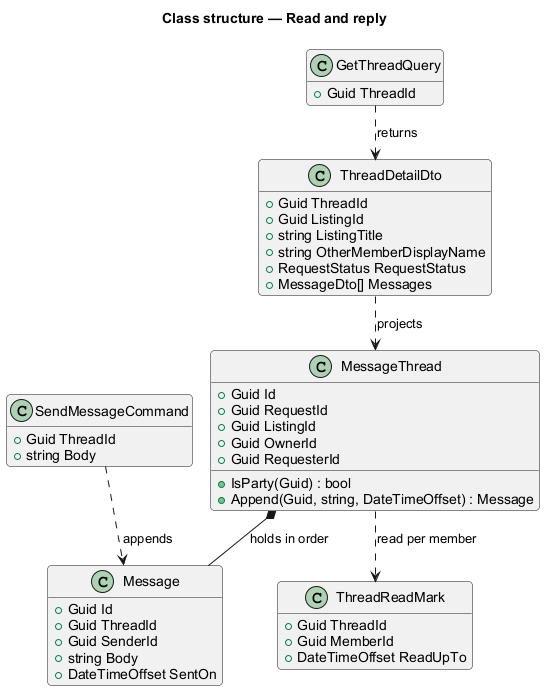
Above: docs/detailed-designs/messaging/read-and-reply/diagrams/class-structure.png in QuinntyneBrown/Barnabas (PlantUML), before the change.
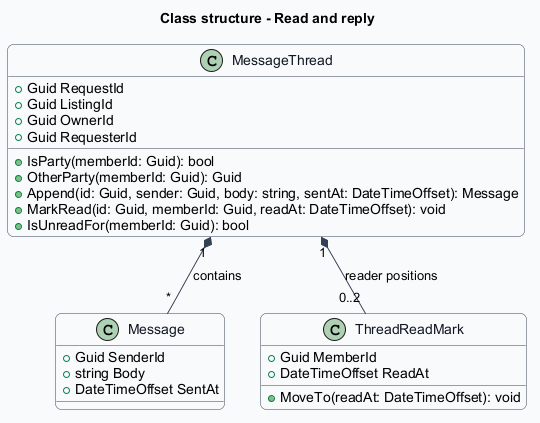
After the commit.

Change to the diagram source:
```diff
@@ -1,52 +1,45 @@
 @startuml
-!pragma layout smetana
-title Class structure — Read and reply
 skinparam backgroundColor #FFFFFF
 skinparam shadowing false
-skinparam roundcorner 8
+skinparam roundcorner 12
 skinparam defaultFontName Arial
-hide empty members
-
+skinparam ArrowColor #344054
+skinparam rectangle {
+  BorderColor #344054
+  FontColor #101828
+}
+skinparam package {
+  BorderColor #667085
+  FontColor #101828
+  BackgroundColor #F9FAFB
+}
+skinparam class {
+  BorderColor #344054
+  FontColor #101828
+  BackgroundColor #F9FAFB
+}
+title Class structure - Read and reply
 class MessageThread {
-  +Guid Id
   +Guid RequestId
   +Guid ListingId
   +Guid OwnerId
   +Guid RequesterId
-  +IsParty(Guid) : bool
-  +Append(Guid, string, DateTimeOffset) : Message
+  +IsParty(memberId: Guid): bool
+  +OtherParty(memberId: Guid): Guid
+  +Append(id: Guid, sender: Guid, body: string, sentAt: DateTimeOffset): Message
+  +MarkRead(id: Guid, memberId: Guid, readAt: DateTimeOffset): void
+  +IsUnreadFor(memberId: Guid): bool
 }
 class Message {
-  +Guid Id
-  +Guid ThreadId
   +Guid SenderId
   +string Body
-  +DateTimeOffset SentOn
+  +DateTimeOffset SentAt
 }
 class ThreadReadMark {
-  +Guid ThreadId
   +Guid MemberId
-  +DateTimeOffset ReadUpTo
+  +DateTimeOffset ReadAt
+  +MoveTo(readAt: DateTimeOffset): void
 }
-class GetThreadQuery {
-  +Guid ThreadId
-}
-class SendMessageCommand {
-  +Guid ThreadId
-  +string Body
-}
-class ThreadDetailDto {
-  +Guid ThreadId
-  +Guid ListingId
-  +string ListingTitle
-  +string OtherMemberDisplayName
-  +RequestStatus RequestStatus
-  +MessageDto[] Messages
-}
-
-MessageThread *-- Message : holds in order
-MessageThread ..> ThreadReadMark : read per member
-GetThreadQuery ..> ThreadDetailDto : returns
-SendMessageCommand ..> Message : appends
-ThreadDetailDto ..> MessageThread : projects
+MessageThread "1" *-- "*" Message : contains
+MessageThread "1" *-- "0..2" ThreadReadMark : reader positions
 @enduml
```
